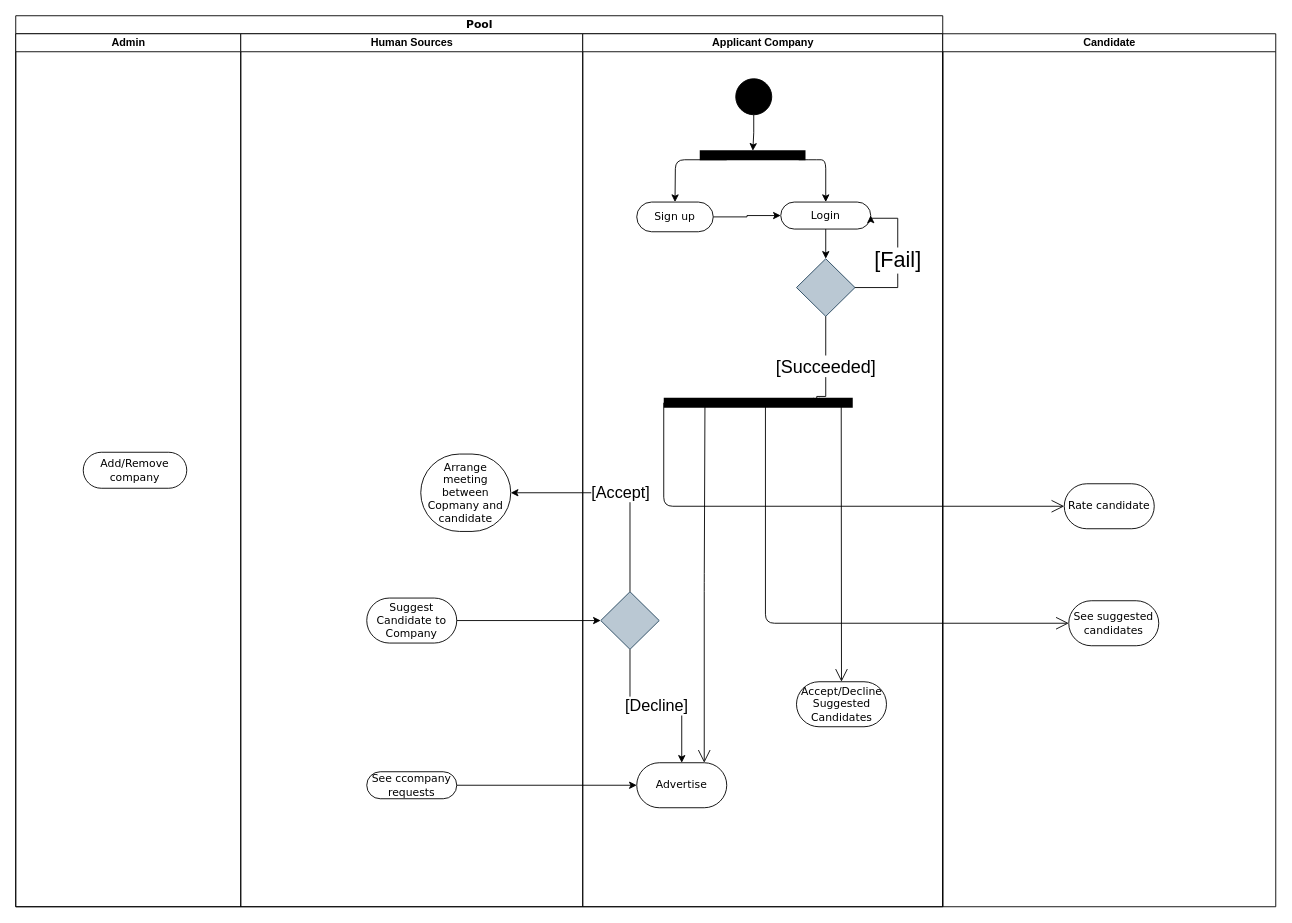
The draw.io diagram Unnecessary/Company.drawio in sglbl/CSE-101, before the edit. Source tidied: cells renumbered, new cells numbered last; positions are measured from the earlier drawing's top-left corner, leaving out a move shared by most shapes. Both pictures are drawn from the tidied source at 90%, with x=0, y=0 at pixel (15, 15).
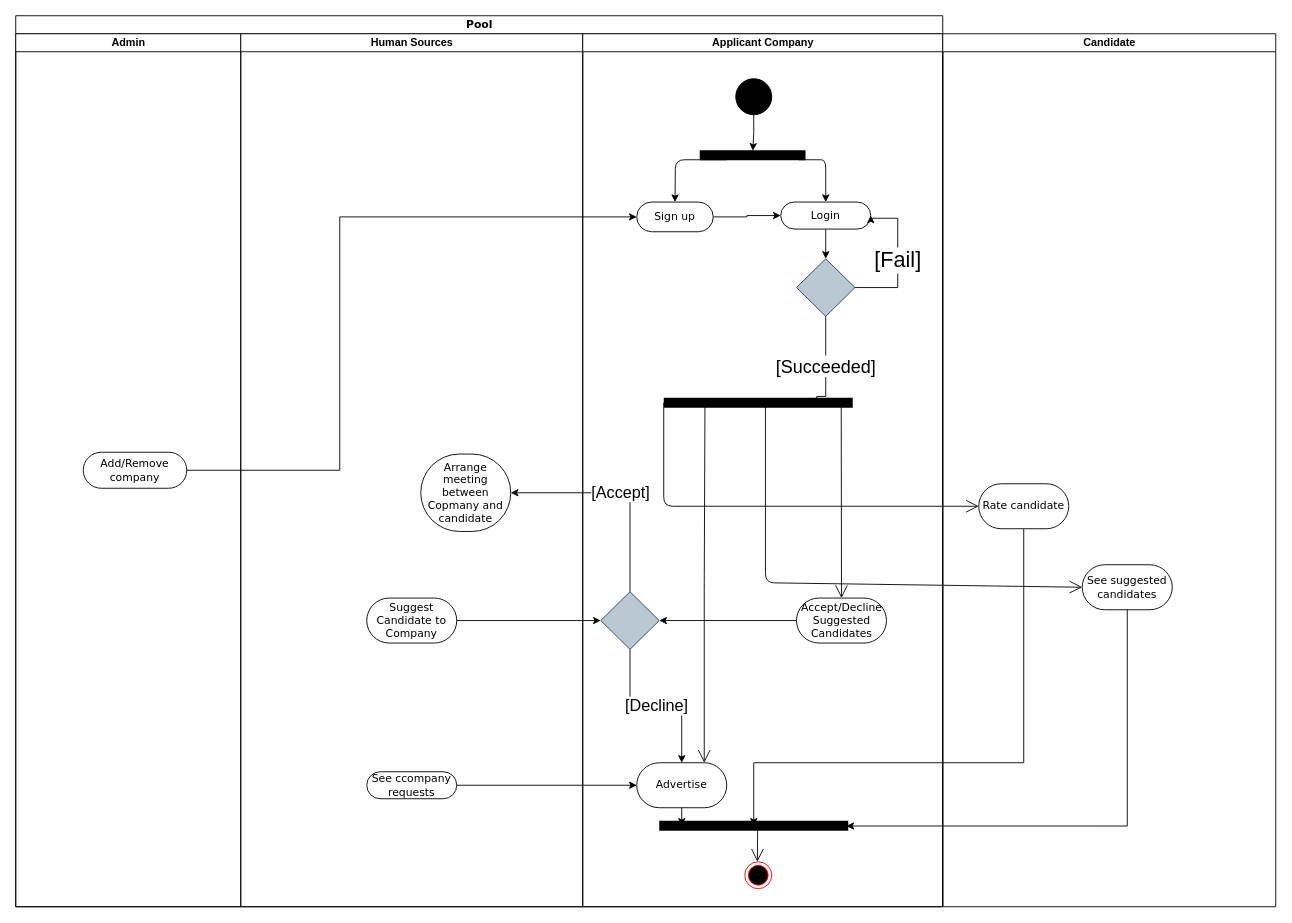
After the change.

Unchanged cells that the change refers to:
```xml
<mxCell id="2" value="Pool" style="swimlane;html=1;startSize=20;rounded=0;shadow=0;comic=0;labelBackgroundColor=none;strokeWidth=1;fontFamily=Verdana;fontSize=12;align=center;" parent="1" vertex="1">
  <mxGeometry width="1030" height="990" as="geometry" />
</mxCell>
<mxCell id="4" value="Add/Remove company" style="rounded=1;whiteSpace=wrap;html=1;shadow=0;comic=0;labelBackgroundColor=none;strokeWidth=1;fontFamily=Verdana;fontSize=12;align=center;arcSize=50;" parent="3" vertex="1">
  <mxGeometry x="75" y="465" width="115" height="40" as="geometry" />
</mxCell>
<mxCell id="6" value="See ccompany requests" style="rounded=1;whiteSpace=wrap;html=1;shadow=0;comic=0;labelBackgroundColor=none;strokeWidth=1;fontFamily=Verdana;fontSize=12;align=center;arcSize=50;" parent="5" vertex="1">
  <mxGeometry x="140" y="820" width="100" height="30" as="geometry" />
</mxCell>
<mxCell id="7" value="Arrange meeting between Copmany and candidate&lt;br&gt;" style="rounded=1;whiteSpace=wrap;html=1;shadow=0;comic=0;labelBackgroundColor=none;strokeWidth=1;fontFamily=Verdana;fontSize=12;align=center;arcSize=50;" parent="5" vertex="1">
  <mxGeometry x="200" y="467" width="100" height="86" as="geometry" />
</mxCell>
<mxCell id="8" value="Suggest Candidate to Company" style="rounded=1;whiteSpace=wrap;html=1;shadow=0;comic=0;labelBackgroundColor=none;strokeWidth=1;fontFamily=Verdana;fontSize=12;align=center;arcSize=50;" parent="5" vertex="1">
  <mxGeometry x="140" y="627" width="100" height="50" as="geometry" />
</mxCell>
<mxCell id="9" value="Applicant Company" style="swimlane;html=1;startSize=20;" parent="2" vertex="1">
  <mxGeometry x="630" y="20" width="400" height="970" as="geometry" />
</mxCell>
<mxCell id="21" value="Advertise" style="rounded=1;whiteSpace=wrap;html=1;shadow=0;comic=0;labelBackgroundColor=none;strokeWidth=1;fontFamily=Verdana;fontSize=12;align=center;arcSize=50;" parent="9" vertex="1">
  <mxGeometry x="60" y="810" width="100" height="50" as="geometry" />
</mxCell>
<mxCell id="23" value="Sign up" style="rounded=1;whiteSpace=wrap;html=1;shadow=0;comic=0;labelBackgroundColor=none;strokeWidth=1;fontFamily=Verdana;fontSize=12;align=center;arcSize=50;" parent="9" vertex="1">
  <mxGeometry x="60" y="187" width="85" height="33" as="geometry" />
</mxCell>
<mxCell id="28" style="rhombus;whiteSpace=wrap;html=1;color=black;fillColor=#bac8d3;strokeColor=#23445d;" parent="9" vertex="1">
  <mxGeometry x="20" y="620" width="65" height="64" as="geometry" />
</mxCell>
<mxCell id="33" value="Candidate" style="swimlane;html=1;startSize=20;" parent="1" vertex="1">
  <mxGeometry x="1030" y="20" width="370" height="970" as="geometry" />
</mxCell>
```

Diff of the diagram source:
```diff
@@
+    <mxCell id="30" style="edgeStyle=orthogonalEdgeStyle;rounded=0;jettySize=auto;html=1;entryX=0;entryY=0.5;entryDx=0;entryDy=0;" parent="2" edge="1" source="6" target="21">
+      <mxGeometry relative="1" as="geometry" />
+    </mxCell>
+    <mxCell id="31" style="edgeStyle=orthogonalEdgeStyle;rounded=0;jettySize=auto;html=1;exitX=1;exitY=0.5;exitDx=0;exitDy=0;" parent="2" edge="1" source="8" target="28">
+      <mxGeometry relative="1" as="geometry" />
+    </mxCell>
+    <mxCell id="32" value="&lt;font style=&quot;font-size: 18px&quot;&gt;[Accept]&lt;/font&gt;" style="edgeStyle=orthogonalEdgeStyle;rounded=0;jettySize=auto;html=1;exitX=0.5;exitY=0;exitDx=0;exitDy=0;entryX=1;entryY=0.5;entryDx=0;entryDy=0;" parent="2" edge="1" source="28" target="7">
+      <mxGeometry relative="1" as="geometry" />
+    </mxCell>
+    <mxCell id="40" style="edgeStyle=orthogonalEdgeStyle;rounded=0;jettySize=auto;html=1;entryX=0;entryY=0.5;entryDx=0;entryDy=0;" parent="2" edge="1" source="4" target="23">
+      <mxGeometry relative="1" as="geometry">
+        <Array as="points">
+          <mxPoint x="360" y="505" />
+          <mxPoint x="360" y="223" />
+        </Array>
+      </mxGeometry>
+    </mxCell>
@@
     <mxCell id="20" style="endArrow=open;endFill=1;endSize=12;html=1;entryX=0;entryY=0.5;entryDx=0;entryDy=0;" parent="9" edge="1" target="36">
       <mxGeometry relative="1" as="geometry">
         <mxPoint x="203" y="410" as="sourcePoint" />
         <Array as="points">
-          <mxPoint x="203" y="655" />
+          <mxPoint x="203" y="610" />
         </Array>
       </mxGeometry>
     </mxCell>
+    <mxCell id="41" style="edgeStyle=orthogonalEdgeStyle;rounded=0;jettySize=auto;html=1;exitX=0.5;exitY=1;exitDx=0;exitDy=0;" parent="9" edge="1" source="21" target="43">
+      <mxGeometry relative="1" as="geometry" />
+    </mxCell>
@@
+    <mxCell id="42" style="edgeStyle=orthogonalEdgeStyle;rounded=0;jettySize=auto;html=1;entryX=1;entryY=0.5;entryDx=0;entryDy=0;" parent="9" edge="1" source="24" target="28">
+      <mxGeometry relative="1" as="geometry" />
+    </mxCell>
     <mxCell id="24" value="Accept/Decline Suggested Candidates" style="rounded=1;whiteSpace=wrap;html=1;shadow=0;comic=0;labelBackgroundColor=none;strokeWidth=1;fontFamily=Verdana;fontSize=12;align=center;arcSize=50;" parent="9" vertex="1">
-      <mxGeometry x="237.5" y="720" width="100" height="50" as="geometry" />
+      <mxGeometry x="237.5" y="627" width="100" height="50" as="geometry" />
     </mxCell>
@@
-    <mxCell id="30" style="edgeStyle=orthogonalEdgeStyle;rounded=0;jettySize=auto;html=1;entryX=0;entryY=0.5;entryDx=0;entryDy=0;" parent="2" edge="1" source="6" target="21">
-      <mxGeometry relative="1" as="geometry" />
-    </mxCell>
-    <mxCell id="31" style="edgeStyle=orthogonalEdgeStyle;rounded=0;jettySize=auto;html=1;exitX=1;exitY=0.5;exitDx=0;exitDy=0;" parent="2" edge="1" source="8" target="28">
-      <mxGeometry relative="1" as="geometry" />
-    </mxCell>
-    <mxCell id="32" value="&lt;font style=&quot;font-size: 18px&quot;&gt;[Accept]&lt;/font&gt;" style="edgeStyle=orthogonalEdgeStyle;rounded=0;jettySize=auto;html=1;exitX=0.5;exitY=0;exitDx=0;exitDy=0;entryX=1;entryY=0.5;entryDx=0;entryDy=0;" parent="2" edge="1" source="28" target="7">
-      <mxGeometry relative="1" as="geometry" />
-    </mxCell>
+    <mxCell id="43" style="line;strokeWidth=11;fillColor=none;align=left;verticalAlign=middle;spacingTop=-1;spacingLeft=3;spacingRight=3;labelPosition=right;points=[];portConstraint=eastwest;fontStyle=1;" parent="9" vertex="1">
+      <mxGeometry x="85" y="870" width="210" height="20" as="geometry" />
+    </mxCell>
+    <mxCell id="44" style="ellipse;html=1;shape=endState;fillColor=#000000;strokeColor=#ff0000;" parent="9" vertex="1">
+      <mxGeometry x="180" y="920" width="30" height="30" as="geometry" />
+    </mxCell>
+    <mxCell id="45" style="endArrow=open;endFill=1;endSize=12;html=1;exitX=0.501;exitY=0.843;exitDx=0;exitDy=0;exitPerimeter=0;" parent="9" edge="1">
+      <mxGeometry relative="1" as="geometry">
+        <mxPoint x="194.4" y="880" as="sourcePoint" />
+        <mxPoint x="194" y="920" as="targetPoint" />
+      </mxGeometry>
+    </mxCell>
@@
     <mxCell id="35" value="Rate candidate" style="rounded=1;whiteSpace=wrap;html=1;shadow=0;comic=0;labelBackgroundColor=none;strokeWidth=1;fontFamily=Verdana;fontSize=12;align=center;arcSize=50;" parent="33" vertex="1">
-      <mxGeometry x="135" y="500" width="100" height="50" as="geometry" />
+      <mxGeometry x="40" y="500" width="100" height="50" as="geometry" />
     </mxCell>
     <mxCell id="36" value="See suggested candidates" style="rounded=1;whiteSpace=wrap;html=1;shadow=0;comic=0;labelBackgroundColor=none;strokeWidth=1;fontFamily=Verdana;fontSize=12;align=center;arcSize=50;" parent="33" vertex="1">
-      <mxGeometry x="140" y="630" width="100" height="50" as="geometry" />
+      <mxGeometry x="155" y="590" width="100" height="50" as="geometry" />
     </mxCell>
@@
+    <mxCell id="46" style="edgeStyle=orthogonalEdgeStyle;rounded=0;jettySize=auto;html=1;entryX=0.99;entryY=0.514;entryDx=0;entryDy=0;entryPerimeter=0;" parent="1" edge="1" source="36" target="43">
+      <mxGeometry relative="1" as="geometry" />
+    </mxCell>
+    <mxCell id="47" style="edgeStyle=orthogonalEdgeStyle;rounded=0;jettySize=auto;html=1;" parent="1" edge="1" source="35">
+      <mxGeometry relative="1" as="geometry">
+        <mxPoint x="820" y="900" as="targetPoint" />
+        <Array as="points">
+          <mxPoint x="1120" y="830" />
+          <mxPoint x="820" y="830" />
+        </Array>
+      </mxGeometry>
+    </mxCell>
```
